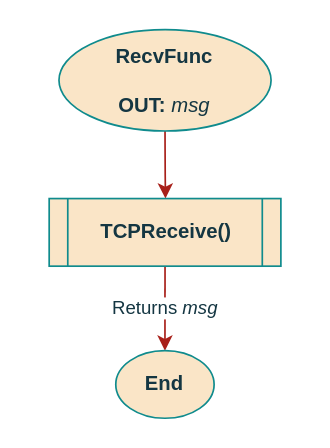
Earlier version of the draw.io diagram page "RecvFunc" (16 of 16) of documentation/flowcharts/RS/RS.drawio (ESRGgroup9/slipad). Source tidied: cells renumbered, new cells numbered last; positions are measured from the earlier drawing's top-left corner, leaving out a move shared by most shapes. Both pictures are drawn from the tidied source at 169%, with x=0, y=0 at pixel (49, 29).
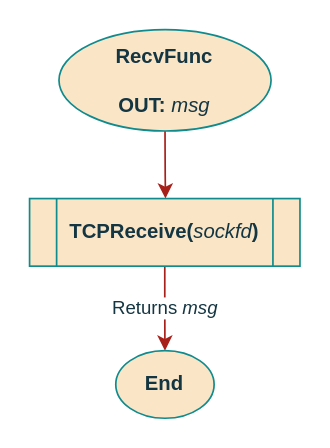
Above is the later version.

Diff of the diagram source:
```diff
@@
 <mxGraphModel>
   <root>
     <mxCell id="0" />
     <mxCell id="1" parent="0" />
-    <mxCell id="2" style="edgeStyle=orthogonalEdgeStyle;curved=0;rounded=1;sketch=0;jettySize=auto;html=1;exitX=0.5;exitY=1;exitDx=0;exitDy=0;entryX=0.5;entryY=0;entryDx=0;entryDy=0;fontColor=#143642;strokeColor=#A8201A;fillColor=#FAE5C7;" parent="1" edge="1" source="3">
-      <mxGeometry relative="1" as="geometry">
-        <mxPoint x="68.4" y="100" as="targetPoint" />
-      </mxGeometry>
-    </mxCell>
+    <mxCell id="7" style="edgeStyle=orthogonalEdgeStyle;curved=0;rounded=1;sketch=0;jettySize=auto;html=1;exitX=0.5;exitY=1;exitDx=0;exitDy=0;entryX=0.5;entryY=0;entryDx=0;entryDy=0;fontColor=#143642;strokeColor=#A8201A;fillColor=#FAE5C7;" parent="1" edge="1" source="3">
+      <mxGeometry relative="1" as="geometry">
+        <mxPoint x="68.4" y="100" as="targetPoint" />
+      </mxGeometry>
+    </mxCell>
     <mxCell id="3" value="&lt;div&gt;RecvFunc&lt;/div&gt;&lt;div&gt;&lt;br&gt;&lt;/div&gt;&lt;div&gt;OUT: &lt;i&gt;&lt;span style=&quot;font-weight: normal&quot;&gt;msg&lt;/span&gt;&lt;/i&gt;&lt;br&gt;&lt;/div&gt;" style="ellipse;whiteSpace=wrap;html=1;fillColor=#FAE5C7;strokeColor=#0F8B8D;fontColor=#143642;fontStyle=1;" parent="1" vertex="1">
       <mxGeometry x="5.4" width="125.5" height="60" as="geometry" />
     </mxCell>
-    <mxCell id="4" value="Returns &lt;i&gt;msg&lt;/i&gt;" style="edgeStyle=orthogonalEdgeStyle;curved=0;rounded=1;sketch=0;jettySize=auto;html=1;fontColor=#143642;strokeColor=#A8201A;fillColor=#FAE5C7;entryX=0.5;entryY=0;entryDx=0;entryDy=0;exitX=0.5;exitY=1;exitDx=0;exitDy=0;" parent="1" edge="1" source="5" target="6">
+    <mxCell id="4" value="Returns &lt;i&gt;msg&lt;/i&gt;" style="edgeStyle=orthogonalEdgeStyle;curved=0;rounded=1;sketch=0;jettySize=auto;html=1;fontColor=#143642;strokeColor=#A8201A;fillColor=#FAE5C7;entryX=0.5;entryY=0;entryDx=0;entryDy=0;exitX=0.5;exitY=1;exitDx=0;exitDy=0;" parent="1" edge="1" source="8" target="6">
       <mxGeometry relative="1" as="geometry" />
     </mxCell>
-    <mxCell id="5" value="&lt;b&gt;TCPReceive()&lt;/b&gt;" style="shape=process;whiteSpace=wrap;html=1;backgroundOutline=1;rounded=0;sketch=0;fontColor=#143642;strokeColor=#0F8B8D;fillColor=#FAE5C7;size=0.07766990291262135;" parent="1" vertex="1">
-      <mxGeometry x="-0.4" y="100" width="137.1" height="40" as="geometry" />
-    </mxCell>
+    <mxCell id="8" value="&lt;b&gt;TCPReceive(&lt;/b&gt;&lt;i&gt;sockfd&lt;/i&gt;&lt;b&gt;)&lt;/b&gt;" style="shape=process;whiteSpace=wrap;html=1;backgroundOutline=1;rounded=0;sketch=0;fontColor=#143642;strokeColor=#0F8B8D;fillColor=#FAE5C7;" parent="1" vertex="1">
+      <mxGeometry x="-12" y="100" width="160" height="40" as="geometry" />
+    </mxCell>
     <mxCell id="6" value="End" style="ellipse;whiteSpace=wrap;html=1;fillColor=#FAE5C7;strokeColor=#0F8B8D;fontColor=#143642;fontStyle=1;" parent="1" vertex="1">
       <mxGeometry x="39" y="190" width="58.2" height="40" as="geometry" />
     </mxCell>
   </root>
 </mxGraphModel>
```
